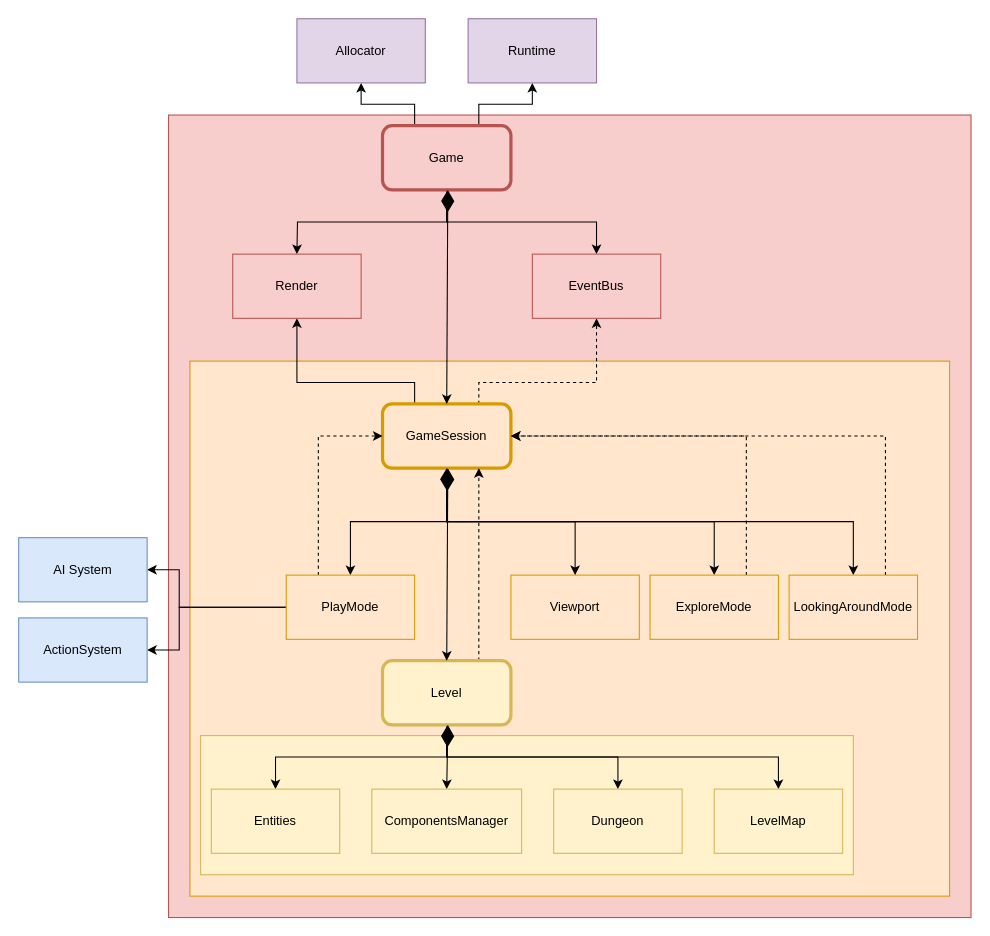
The draw.io diagram page "Main components" (1 of 4) of docs/schemas.drawio in vladimir-popov/forgotten_catacombs, before the edit. Source tidied: cells renumbered, new cells numbered last; positions are measured from the earlier drawing's top-left corner, leaving out a move shared by most shapes. Both pictures are drawn from the tidied source at 107%, with x=0, y=0 at pixel (18, 18).
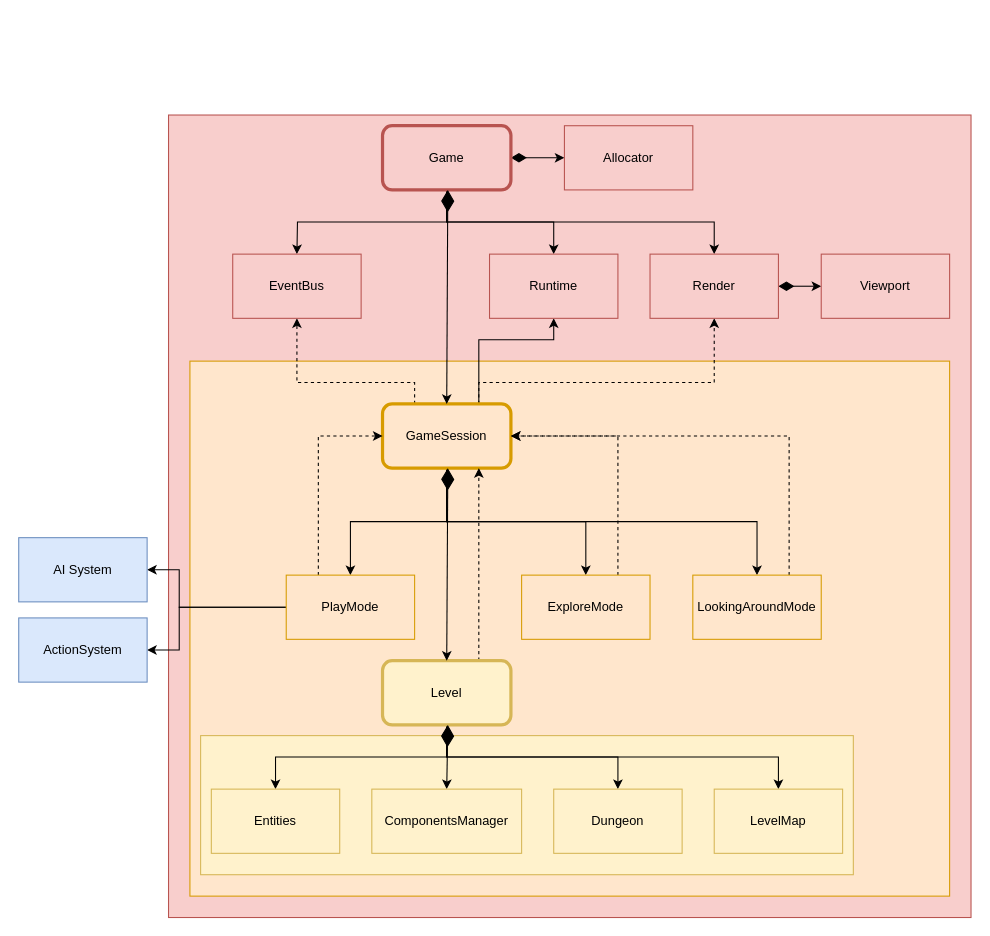
The same page after the edit.

The change refers to these unchanged cells:
```xml
<mxCell id="9" value="Game" style="rounded=1;whiteSpace=wrap;html=1;fillColor=#f8cecc;strokeColor=#b85450;strokeWidth=3;" parent="1" vertex="1">
  <mxGeometry x="340" y="100" width="120" height="60" as="geometry" />
</mxCell>
<mxCell id="15" value="GameSession" style="rounded=1;whiteSpace=wrap;html=1;fillColor=#ffe6cc;strokeColor=#d79b00;strokeWidth=3;" parent="1" vertex="1">
  <mxGeometry x="340" y="360" width="120" height="60" as="geometry" />
</mxCell>
```

Change to the diagram source:
```diff
@@
+    <mxCell id="8" style="edgeStyle=orthogonalEdgeStyle;rounded=0;jettySize=auto;html=1;exitX=0.5;exitY=1;exitDx=0;exitDy=0;" parent="1" edge="1" source="9" target="37">
+      <mxGeometry relative="1" as="geometry" />
+    </mxCell>
-    <mxCell id="7" style="edgeStyle=orthogonalEdgeStyle;rounded=0;jettySize=auto;html=1;exitX=0.25;exitY=0;exitDx=0;exitDy=0;" parent="1" edge="1" source="9" target="38">
+    <mxCell id="7" style="edgeStyle=orthogonalEdgeStyle;rounded=0;jettySize=auto;html=1;exitX=1;exitY=0.5;exitDx=0;exitDy=0;entryX=0;entryY=0.5;entryDx=0;entryDy=0;startArrow=diamondThin;startFill=1;startSize=12;" parent="1" edge="1" source="9" target="38">
       <mxGeometry relative="1" as="geometry" />
     </mxCell>
-    <mxCell id="8" style="edgeStyle=orthogonalEdgeStyle;rounded=0;jettySize=auto;html=1;exitX=0.75;exitY=0;exitDx=0;exitDy=0;entryX=0.5;entryY=1;entryDx=0;entryDy=0;" parent="1" edge="1" source="9" target="37">
-      <mxGeometry relative="1" as="geometry" />
-    </mxCell>
@@
-    <mxCell id="12" style="edgeStyle=orthogonalEdgeStyle;rounded=0;jettySize=auto;html=1;exitX=0.25;exitY=0;exitDx=0;exitDy=0;entryX=0.5;entryY=1;entryDx=0;entryDy=0;" parent="1" edge="1" source="15" target="39">
+    <mxCell id="12" style="edgeStyle=orthogonalEdgeStyle;rounded=0;jettySize=auto;html=1;exitX=0.25;exitY=0;exitDx=0;exitDy=0;entryX=0.5;entryY=1;entryDx=0;entryDy=0;dashed=1;" parent="1" edge="1" source="15" target="39">
       <mxGeometry relative="1" as="geometry">
         <Array as="points">
           <mxPoint x="370" y="340" />
           <mxPoint x="260" y="340" />
         </Array>
       </mxGeometry>
     </mxCell>
     <mxCell id="13" style="edgeStyle=orthogonalEdgeStyle;rounded=0;jettySize=auto;html=1;exitX=0.75;exitY=0;exitDx=0;exitDy=0;entryX=0.5;entryY=1;entryDx=0;entryDy=0;dashed=1;" parent="1" edge="1" source="15" target="22">
       <mxGeometry relative="1" as="geometry">
         <Array as="points">
           <mxPoint x="430" y="340" />
-          <mxPoint x="540" y="340" />
+          <mxPoint x="650" y="340" />
         </Array>
       </mxGeometry>
     </mxCell>
@@
+    <mxCell id="44" style="edgeStyle=orthogonalEdgeStyle;rounded=0;jettySize=auto;html=1;exitX=0.75;exitY=0;exitDx=0;exitDy=0;entryX=0.5;entryY=1;entryDx=0;entryDy=0;" parent="1" edge="1" source="15" target="37">
+      <mxGeometry relative="1" as="geometry">
+        <Array as="points">
+          <mxPoint x="430" y="300" />
+          <mxPoint x="500" y="300" />
+        </Array>
+      </mxGeometry>
+    </mxCell>
@@
+    <mxCell id="45" style="edgeStyle=orthogonalEdgeStyle;rounded=0;jettySize=auto;html=1;exitX=1;exitY=0.5;exitDx=0;exitDy=0;entryX=0;entryY=0.5;entryDx=0;entryDy=0;startArrow=diamondThin;startFill=1;startSize=12;" parent="1" edge="1" source="22" target="40">
+      <mxGeometry relative="1" as="geometry" />
+    </mxCell>
-    <mxCell id="22" value="EventBus" style="rounded=0;whiteSpace=wrap;html=1;fillColor=#f8cecc;strokeColor=#b85450;" parent="1" vertex="1">
-      <mxGeometry x="480" y="220" width="120" height="60" as="geometry" />
+    <mxCell id="22" value="Render" style="rounded=0;whiteSpace=wrap;html=1;fillColor=#f8cecc;strokeColor=#b85450;" parent="1" vertex="1">
+      <mxGeometry x="590" y="220" width="120" height="60" as="geometry" />
     </mxCell>
@@
     <mxCell id="31" value="ExploreMode" style="rounded=0;whiteSpace=wrap;html=1;fillColor=#ffe6cc;strokeColor=#d79b00;" parent="1" vertex="1">
-      <mxGeometry x="590" y="520" width="120" height="60" as="geometry" />
+      <mxGeometry x="470" y="520" width="120" height="60" as="geometry" />
     </mxCell>
@@
-    <mxCell id="37" value="Runtime" style="rounded=0;whiteSpace=wrap;html=1;fillColor=#e1d5e7;strokeColor=#9673a6;" parent="1" vertex="1">
-      <mxGeometry x="420" width="120" height="60" as="geometry" />
-    </mxCell>
-    <mxCell id="38" value="Allocator" style="rounded=0;whiteSpace=wrap;html=1;fillColor=#e1d5e7;strokeColor=#9673a6;" parent="1" vertex="1">
-      <mxGeometry x="260" width="120" height="60" as="geometry" />
+    <mxCell id="38" value="Allocator" style="rounded=0;whiteSpace=wrap;html=1;fillColor=#f8cecc;strokeColor=#b85450;" parent="1" vertex="1">
+      <mxGeometry x="510" y="100" width="120" height="60" as="geometry" />
     </mxCell>
-    <mxCell id="39" value="Render" style="rounded=0;whiteSpace=wrap;html=1;fillColor=#f8cecc;strokeColor=#b85450;" parent="1" vertex="1">
+    <mxCell id="39" value="EventBus" style="rounded=0;whiteSpace=wrap;html=1;fillColor=#f8cecc;strokeColor=#b85450;" parent="1" vertex="1">
       <mxGeometry x="200" y="220" width="120" height="60" as="geometry" />
     </mxCell>
-    <mxCell id="40" value="Viewport" style="rounded=0;whiteSpace=wrap;html=1;fillColor=#ffe6cc;strokeColor=#d79b00;" parent="1" vertex="1">
-      <mxGeometry x="460" y="520" width="120" height="60" as="geometry" />
-    </mxCell>
-    <mxCell id="41" style="endArrow=diamondThin;endFill=1;endSize=18;html=1;rounded=0;entryX=0.5;entryY=1;entryDx=0;entryDy=0;startArrow=classic;startFill=1;exitX=0.5;exitY=0;exitDx=0;exitDy=0;strokeWidth=1;edgeStyle=orthogonalEdgeStyle;" parent="1" edge="1" source="40" target="15">
-      <mxGeometry relative="1" as="geometry" />
-    </mxCell>
@@
     <mxCell id="43" value="LookingAroundMode" style="rounded=0;whiteSpace=wrap;html=1;fillColor=#ffe6cc;strokeColor=#d79b00;" parent="1" vertex="1">
-      <mxGeometry x="720" y="520" width="120" height="60" as="geometry" />
+      <mxGeometry x="630" y="520" width="120" height="60" as="geometry" />
     </mxCell>
+    <mxCell id="40" value="Viewport" style="rounded=0;whiteSpace=wrap;html=1;fillColor=#f8cecc;strokeColor=#b85450;" parent="1" vertex="1">
+      <mxGeometry x="750" y="220" width="120" height="60" as="geometry" />
+    </mxCell>
+    <mxCell id="37" value="Runtime" style="rounded=0;whiteSpace=wrap;html=1;fillColor=#f8cecc;strokeColor=#b85450;" parent="1" vertex="1">
+      <mxGeometry x="440" y="220" width="120" height="60" as="geometry" />
+    </mxCell>
```
